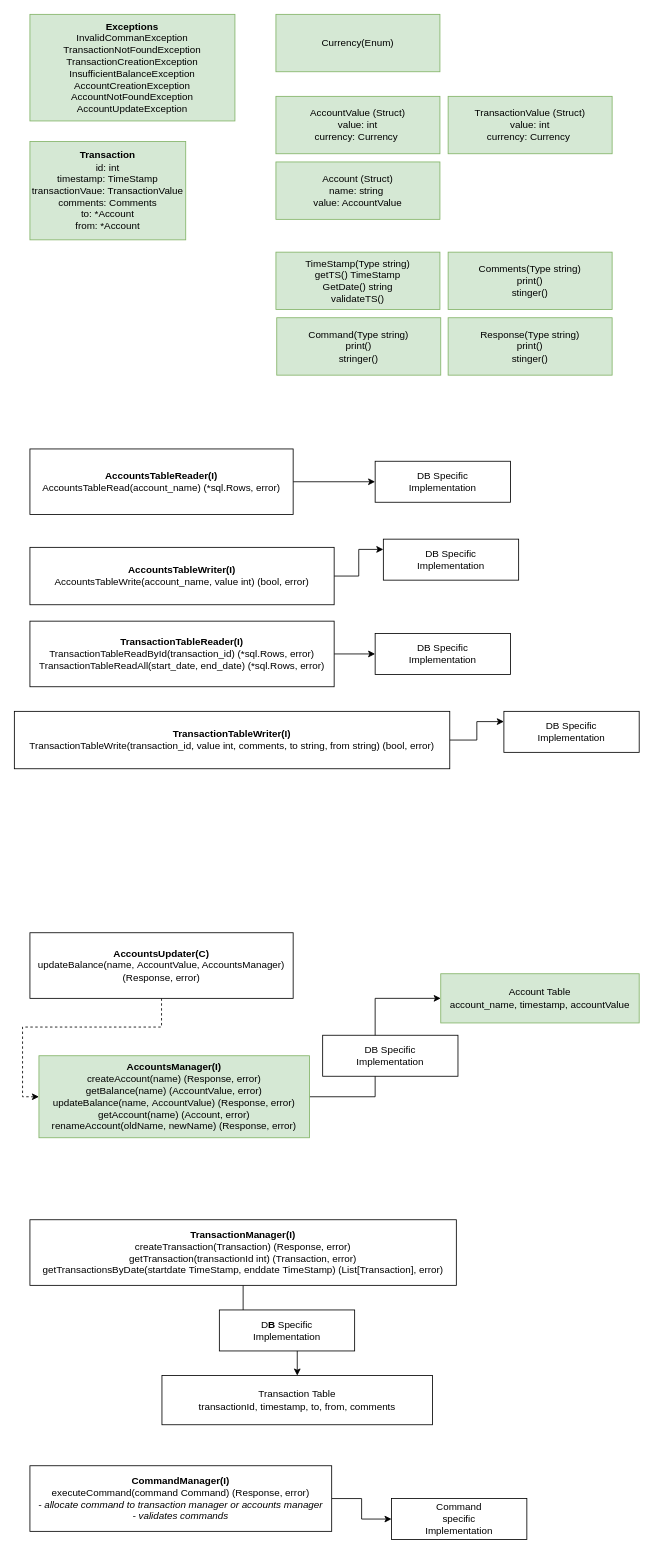
Above: page "LLD" (2 of 3) of architecture/personal_finance_utility.drawio in pogo420/persofin (draw.io), before the change. Source tidied: cells renumbered, new cells numbered last; positions are measured from the earlier drawing's top-left corner, leaving out a move shared by most shapes. Both pictures are drawn from the tidied source at 82%, with x=0, y=0 at pixel (14, 14).
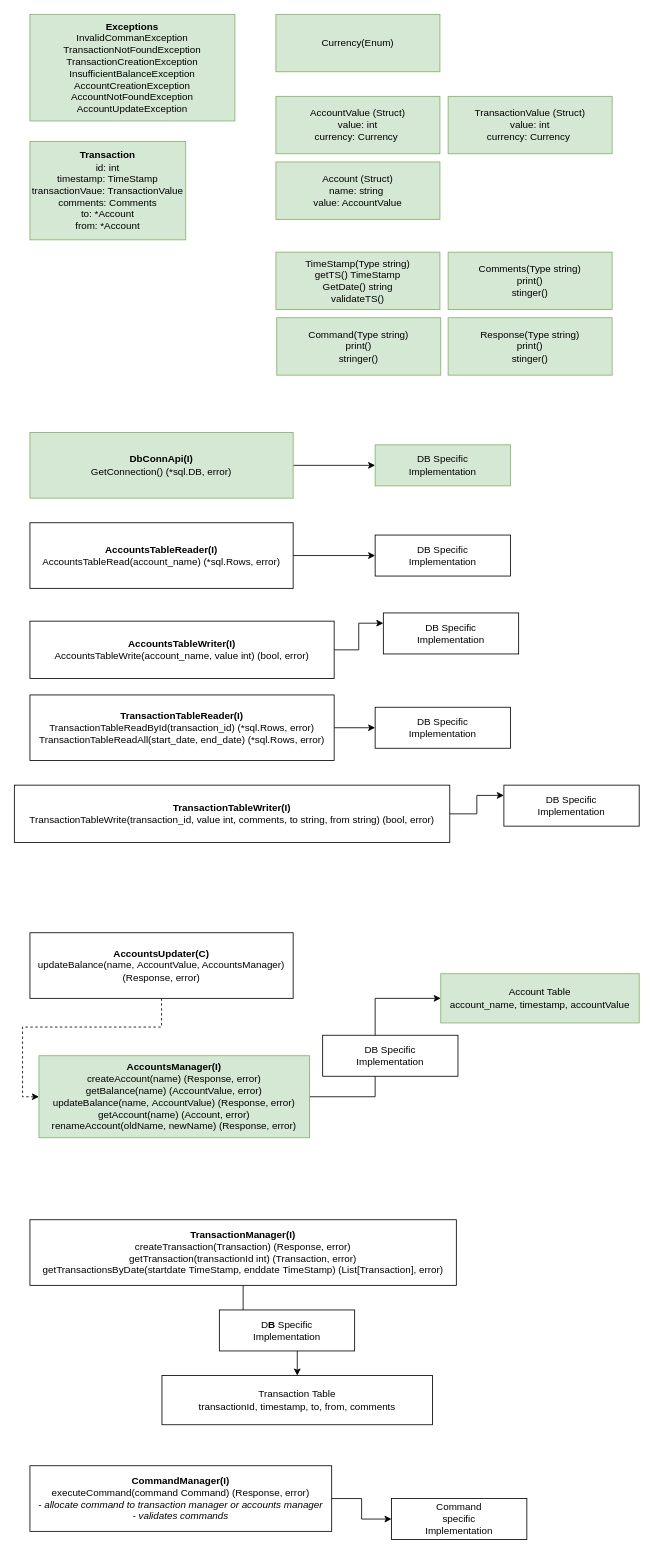
After the change.

What changed in the source:
```diff
@@
     <mxCell id="26" value="&lt;b&gt;AccountsTableReader(I)&lt;br&gt;&lt;/b&gt;AccountsTableRead(account_name) (*sql.Rows, error)&lt;br&gt;" style="rounded=0;whiteSpace=wrap;html=1;" parent="1" vertex="1">
-      <mxGeometry x="19" y="530" width="321" height="80" as="geometry" />
+      <mxGeometry x="19" y="620" width="321" height="80" as="geometry" />
     </mxCell>
@@
     <mxCell id="28" value="&lt;b&gt;AccountsTableWriter(I)&lt;br&gt;&lt;/b&gt;AccountsTableWrite(account_name, value int) (bool, error)" style="rounded=0;whiteSpace=wrap;html=1;" parent="1" vertex="1">
-      <mxGeometry x="19" y="650" width="371" height="70" as="geometry" />
+      <mxGeometry x="19" y="740" width="371" height="70" as="geometry" />
     </mxCell>
     <mxCell id="29" value="&lt;span style=&quot;font-weight: normal&quot;&gt;DB Specific &lt;br&gt;Implementation&lt;/span&gt;" style="rounded=0;whiteSpace=wrap;html=1;fontStyle=1;" parent="1" vertex="1">
-      <mxGeometry x="440" y="545" width="165" height="50" as="geometry" />
+      <mxGeometry x="440" y="635" width="165" height="50" as="geometry" />
     </mxCell>
     <mxCell id="30" value="&lt;span style=&quot;font-weight: normal&quot;&gt;DB Specific &lt;br&gt;Implementation&lt;/span&gt;" style="rounded=0;whiteSpace=wrap;html=1;fontStyle=1;" parent="1" vertex="1">
-      <mxGeometry x="450" y="640" width="165" height="50" as="geometry" />
+      <mxGeometry x="450" y="730" width="165" height="50" as="geometry" />
     </mxCell>
@@
     <mxCell id="32" value="&lt;b&gt;TransactionTableReader(I)&lt;br&gt;&lt;/b&gt;TransactionTableReadById(transaction_id) (*sql.Rows, error)&lt;br&gt;TransactionTableReadAll(start_date, end_date) (*sql.Rows, error)" style="rounded=0;whiteSpace=wrap;html=1;" parent="1" vertex="1">
-      <mxGeometry x="19" y="740" width="371" height="80" as="geometry" />
+      <mxGeometry x="19" y="830" width="371" height="80" as="geometry" />
     </mxCell>
@@
     <mxCell id="34" value="&lt;b&gt;TransactionTableWriter(I)&lt;br&gt;&lt;/b&gt;TransactionTableWrite(transaction_id, value int, comments, to string, from string) (bool, error)" style="rounded=0;whiteSpace=wrap;html=1;" parent="1" vertex="1">
-      <mxGeometry y="850" width="531" height="70" as="geometry" />
+      <mxGeometry y="940" width="531" height="70" as="geometry" />
     </mxCell>
     <mxCell id="35" value="&lt;span style=&quot;font-weight: normal&quot;&gt;DB Specific &lt;br&gt;Implementation&lt;/span&gt;" style="rounded=0;whiteSpace=wrap;html=1;fontStyle=1;" parent="1" vertex="1">
-      <mxGeometry x="440" y="755" width="165" height="50" as="geometry" />
+      <mxGeometry x="440" y="845" width="165" height="50" as="geometry" />
     </mxCell>
     <mxCell id="36" value="&lt;span style=&quot;font-weight: normal&quot;&gt;DB Specific &lt;br&gt;Implementation&lt;/span&gt;" style="rounded=0;whiteSpace=wrap;html=1;fontStyle=1;" parent="1" vertex="1">
-      <mxGeometry x="597" y="850" width="165" height="50" as="geometry" />
+      <mxGeometry x="597" y="940" width="165" height="50" as="geometry" />
     </mxCell>
+    <mxCell id="37" style="edgeStyle=orthogonalEdgeStyle;rounded=0;jettySize=auto;html=1;exitX=1;exitY=0.5;exitDx=0;exitDy=0;" parent="1" edge="1" source="38" target="39">
+      <mxGeometry relative="1" as="geometry" />
+    </mxCell>
+    <mxCell id="38" value="&lt;b&gt;DbConnApi(I)&lt;br&gt;&lt;/b&gt;GetConnection() (*sql.DB, error)" style="rounded=0;whiteSpace=wrap;html=1;fillColor=#d5e8d4;strokeColor=#82b366;" parent="1" vertex="1">
+      <mxGeometry x="19" y="510" width="321" height="80" as="geometry" />
+    </mxCell>
+    <mxCell id="39" value="&lt;span style=&quot;font-weight: normal&quot;&gt;DB Specific &lt;br&gt;Implementation&lt;/span&gt;" style="rounded=0;whiteSpace=wrap;html=1;fontStyle=1;fillColor=#d5e8d4;strokeColor=#82b366;" parent="1" vertex="1">
+      <mxGeometry x="440" y="525" width="165" height="50" as="geometry" />
+    </mxCell>
```
